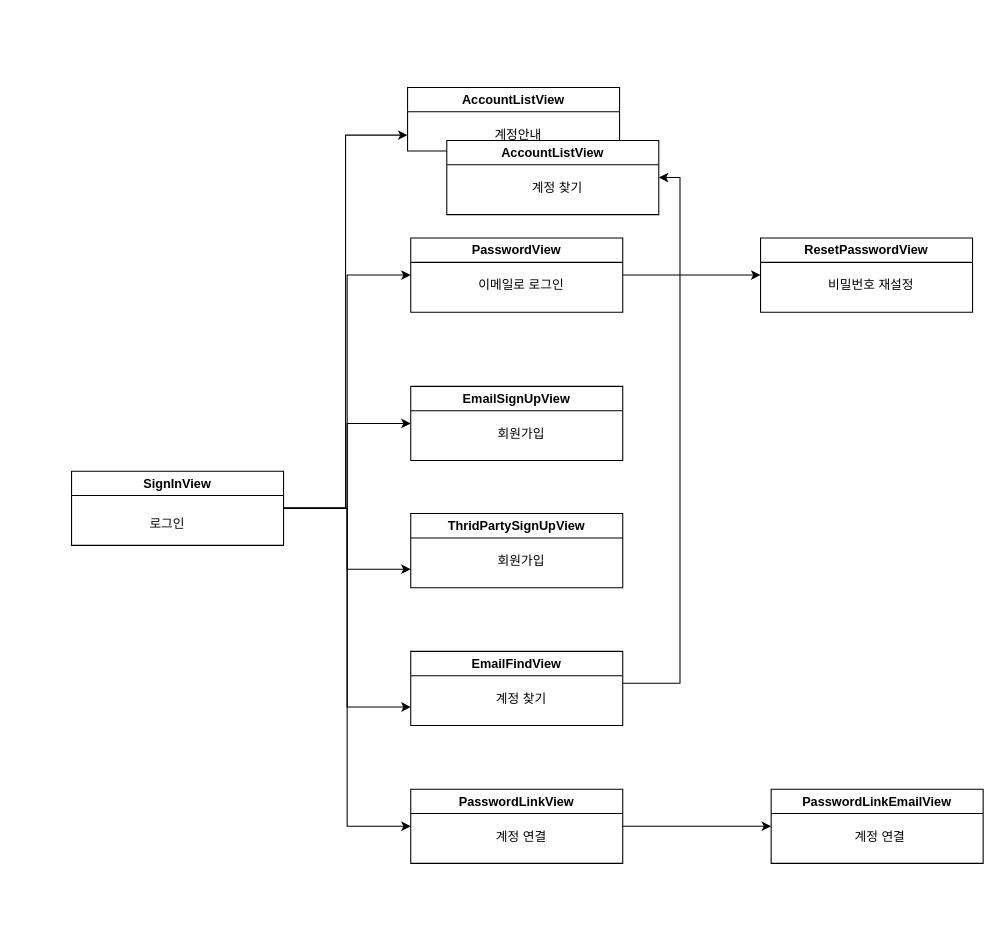
Before: 제목 없는 다이어그램.drawio in gookhee/diagrams, a draw.io diagram. Source tidied: cells renumbered, new cells numbered last; positions are measured from the earlier drawing's top-left corner, leaving out a move shared by most shapes. Both pictures are drawn from the tidied source at 106%, with x=0, y=0 at pixel (71, 87).
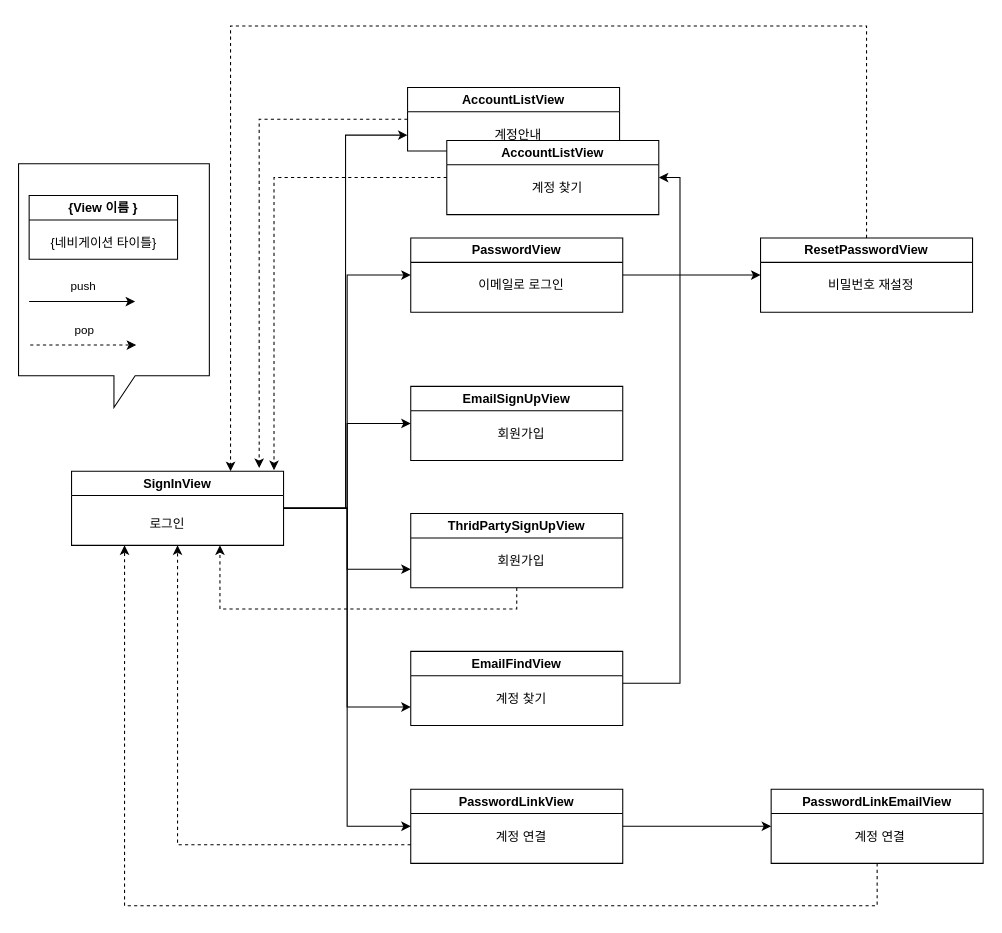
Above is the later version.

Commit message (it also covers changes not shown here):
제목 없는 다이어그램.drawio 업데이트

The change refers to these unchanged cells:
```xml
<mxCell id="8" value="SignInView" style="swimlane;whiteSpace=wrap;html=1;" parent="1" vertex="1">
  <mxGeometry y="362" width="200" height="70" as="geometry" />
</mxCell>
<mxCell id="9" value="AccountListView" style="swimlane;whiteSpace=wrap;html=1;" parent="1" vertex="1">
  <mxGeometry x="317" width="200" height="60" as="geometry" />
</mxCell>
<mxCell id="16" value="ThridPartySignUpView" style="swimlane;whiteSpace=wrap;html=1;" parent="1" vertex="1">
  <mxGeometry x="320" y="402" width="200" height="70" as="geometry" />
</mxCell>
<mxCell id="21" value="PasswordLinkEmailView" style="swimlane;whiteSpace=wrap;html=1;" parent="1" vertex="1">
  <mxGeometry x="660" y="662" width="200" height="70" as="geometry" />
</mxCell>
<mxCell id="23" value="ResetPasswordView" style="swimlane;whiteSpace=wrap;html=1;" parent="1" vertex="1">
  <mxGeometry x="650" y="142" width="200" height="70" as="geometry" />
</mxCell>
<mxCell id="26" value="PasswordLinkView" style="swimlane;whiteSpace=wrap;html=1;" parent="1" vertex="1">
  <mxGeometry x="320" y="662" width="200" height="70" as="geometry" />
</mxCell>
<mxCell id="29" value="AccountListView" style="swimlane;whiteSpace=wrap;html=1;" parent="1" vertex="1">
  <mxGeometry x="354" y="50" width="200" height="70" as="geometry" />
</mxCell>
```

What changed in the source:
```diff
@@
+    <mxCell id="31" style="edgeStyle=orthogonalEdgeStyle;rounded=0;jettySize=auto;html=1;entryX=0.885;entryY=-0.043;entryDx=0;entryDy=0;entryPerimeter=0;dashed=1;" parent="1" edge="1" source="9" target="8">
+      <mxGeometry relative="1" as="geometry" />
+    </mxCell>
@@
+    <mxCell id="32" style="edgeStyle=orthogonalEdgeStyle;rounded=0;jettySize=auto;html=1;dashed=1;" parent="1" edge="1" source="16">
+      <mxGeometry relative="1" as="geometry">
+        <mxPoint x="140" y="432" as="targetPoint" />
+        <Array as="points">
+          <mxPoint x="420" y="492" />
+          <mxPoint x="140" y="492" />
+        </Array>
+      </mxGeometry>
+    </mxCell>
@@
+    <mxCell id="33" style="edgeStyle=orthogonalEdgeStyle;rounded=0;jettySize=auto;html=1;entryX=0.25;entryY=1;entryDx=0;entryDy=0;dashed=1;" parent="1" edge="1" source="21" target="8">
+      <mxGeometry relative="1" as="geometry">
+        <Array as="points">
+          <mxPoint x="760" y="772" />
+          <mxPoint x="50" y="772" />
+        </Array>
+      </mxGeometry>
+    </mxCell>
@@
+    <mxCell id="34" style="edgeStyle=orthogonalEdgeStyle;rounded=0;jettySize=auto;html=1;entryX=0.75;entryY=0;entryDx=0;entryDy=0;dashed=1;" parent="1" edge="1" source="23" target="8">
+      <mxGeometry relative="1" as="geometry">
+        <Array as="points">
+          <mxPoint x="750" y="-58" />
+          <mxPoint x="150" y="-58" />
+        </Array>
+      </mxGeometry>
+    </mxCell>
@@
+    <mxCell id="35" style="edgeStyle=orthogonalEdgeStyle;rounded=0;jettySize=auto;html=1;entryX=0.5;entryY=1;entryDx=0;entryDy=0;dashed=1;exitX=0;exitY=0.75;exitDx=0;exitDy=0;" parent="1" edge="1" source="26" target="8">
+      <mxGeometry relative="1" as="geometry" />
+    </mxCell>
@@
+    <mxCell id="36" style="edgeStyle=orthogonalEdgeStyle;rounded=0;jettySize=auto;html=1;entryX=0.955;entryY=-0.014;entryDx=0;entryDy=0;entryPerimeter=0;dashed=1;" parent="1" edge="1" source="29" target="8">
+      <mxGeometry relative="1" as="geometry" />
+    </mxCell>
@@
+    <mxCell id="37" style="shape=callout;whiteSpace=wrap;html=1;perimeter=calloutPerimeter;" parent="1" vertex="1">
+      <mxGeometry x="-50" y="72" width="180" height="230" as="geometry" />
+    </mxCell>
+    <mxCell id="38" style="endArrow=classic;html=1;rounded=0;" parent="1" edge="1">
+      <mxGeometry relative="1" as="geometry">
+        <mxPoint x="-40" y="202" as="sourcePoint" />
+        <mxPoint x="60" y="202" as="targetPoint" />
+      </mxGeometry>
+    </mxCell>
+    <mxCell id="39" value="push" style="edgeLabel;html=1;align=center;verticalAlign=middle;" parent="38" vertex="1">
+      <mxGeometry relative="1" as="geometry">
+        <mxPoint y="-15" as="offset" />
+      </mxGeometry>
+    </mxCell>
+    <mxCell id="40" style="endArrow=classic;html=1;rounded=0;dashed=1;" parent="1" edge="1">
+      <mxGeometry relative="1" as="geometry">
+        <mxPoint x="-39" y="243" as="sourcePoint" />
+        <mxPoint x="61" y="243" as="targetPoint" />
+      </mxGeometry>
+    </mxCell>
+    <mxCell id="41" value="pop" style="edgeLabel;html=1;align=center;verticalAlign=middle;" parent="40" vertex="1">
+      <mxGeometry relative="1" as="geometry">
+        <mxPoint y="-15" as="offset" />
+      </mxGeometry>
+    </mxCell>
+    <mxCell id="42" value="{View 이름 }" style="swimlane;whiteSpace=wrap;html=1;" parent="1" vertex="1">
+      <mxGeometry x="-40" y="102" width="140" height="60" as="geometry" />
+    </mxCell>
+    <mxCell id="43" value="{네비게이션 타이틀}" style="text;html=1;align=center;verticalAlign=middle;strokeColor=none;fillColor=none;" parent="42" vertex="1">
+      <mxGeometry x="10" y="30" width="120" height="30" as="geometry" />
+    </mxCell>
```
